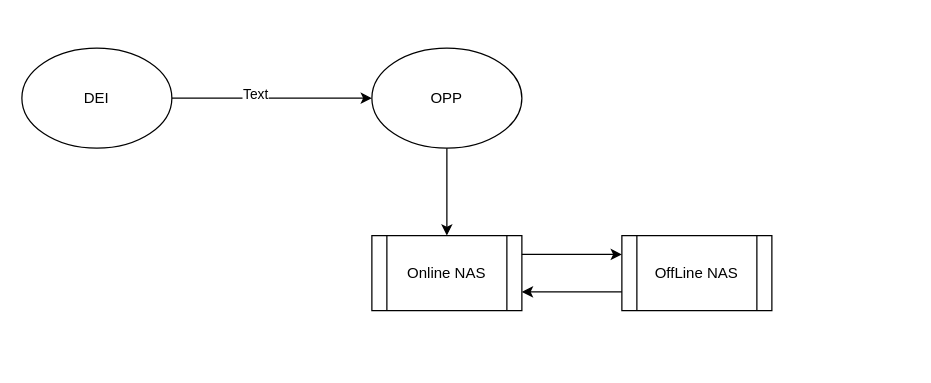
Earlier version of the draw.io diagram DEI NAS diam.drawio (LoganPCC/Drawio). Source tidied: cells renumbered, new cells numbered last; positions are measured from the earlier drawing's top-left corner, leaving out a move shared by most shapes. Both pictures are drawn from the tidied source at 125%, with x=0, y=0 at pixel (21, 22).
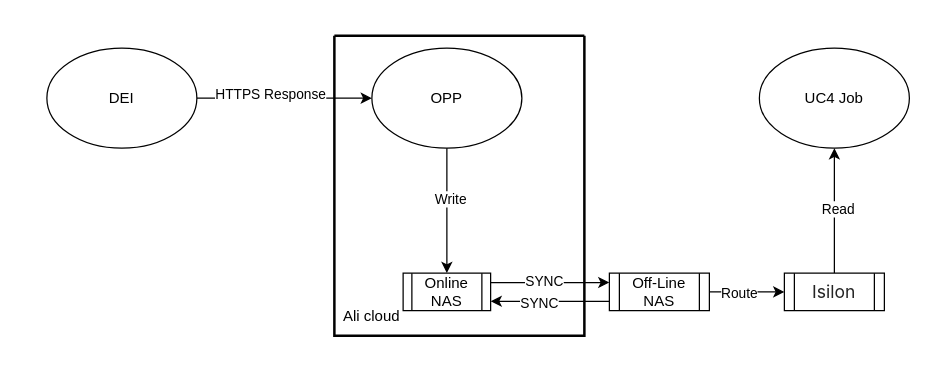
After the change.

The change refers to these unchanged cells:
```xml
<mxCell id="6" style="endArrow=classic;html=1;rounded=0;exitX=1;exitY=0.25;exitDx=0;exitDy=0;entryX=0;entryY=0.25;entryDx=0;entryDy=0;" parent="1" edge="1" source="3" target="4">
  <mxGeometry relative="1" as="geometry" />
</mxCell>
<mxCell id="7" style="endArrow=classic;html=1;rounded=0;exitX=0;exitY=0.75;exitDx=0;exitDy=0;entryX=1;entryY=0.75;entryDx=0;entryDy=0;" parent="1" edge="1" source="4" target="3">
  <mxGeometry relative="1" as="geometry" />
</mxCell>
<mxCell id="8" style="endArrow=classic;html=1;rounded=0;exitX=0.5;exitY=1;exitDx=0;exitDy=0;entryX=0.5;entryY=0;entryDx=0;entryDy=0;" parent="1" edge="1" source="5" target="3">
  <mxGeometry relative="1" as="geometry" />
</mxCell>
<mxCell id="9" style="endArrow=classic;html=1;rounded=0;exitX=1;exitY=0.5;exitDx=0;exitDy=0;entryX=0;entryY=0.5;entryDx=0;entryDy=0;" parent="1" edge="1" source="2" target="5">
  <mxGeometry relative="1" as="geometry" />
</mxCell>
```

Diff of the diagram source:
```diff
@@
     <mxCell id="2" value="DEI" style="ellipse;whiteSpace=wrap;html=1;" parent="1" vertex="1">
-      <mxGeometry y="20" width="120" height="80" as="geometry" />
+      <mxGeometry x="20" y="20" width="120" height="80" as="geometry" />
     </mxCell>
-    <mxCell id="3" value="Online NAS" style="shape=process;whiteSpace=wrap;html=1;backgroundOutline=1;" parent="1" vertex="1">
-      <mxGeometry x="280" y="170" width="120" height="60" as="geometry" />
-    </mxCell>
-    <mxCell id="4" value="OffLine NAS" style="shape=process;whiteSpace=wrap;html=1;backgroundOutline=1;" parent="1" vertex="1">
-      <mxGeometry x="480" y="170" width="120" height="60" as="geometry" />
+    <mxCell id="4" value="Off-Line NAS" style="shape=process;whiteSpace=wrap;html=1;backgroundOutline=1;" parent="1" vertex="1">
+      <mxGeometry x="470" y="200" width="80" height="30" as="geometry" />
     </mxCell>
@@
+    <mxCell id="12" value="SYNC" style="edgeLabel;html=1;align=center;verticalAlign=middle;" parent="6" vertex="1">
+      <mxGeometry x="-0.12" y="1" relative="1" as="geometry" />
+    </mxCell>
@@
+    <mxCell id="13" value="SYNC" style="edgeLabel;html=1;align=center;verticalAlign=middle;" parent="7" vertex="1">
+      <mxGeometry x="0.19" y="1" relative="1" as="geometry" />
+    </mxCell>
@@
+    <mxCell id="14" value="Write" style="edgeLabel;html=1;align=center;verticalAlign=middle;" parent="8" vertex="1">
+      <mxGeometry x="-0.2" y="2" relative="1" as="geometry" />
+    </mxCell>
@@
-    <mxCell id="10" value="Text" style="edgeLabel;html=1;align=center;verticalAlign=middle;" parent="9" vertex="1">
+    <mxCell id="10" value="HTTPS Response" style="edgeLabel;html=1;align=center;verticalAlign=middle;" parent="9" vertex="1">
       <mxGeometry x="-0.17" y="4" relative="1" as="geometry" />
     </mxCell>
-    <mxCell id="11" style="whiteSpace=wrap;html=1;opacity=0;strokeWidth=2;" parent="1" vertex="1">
-      <mxGeometry x="190" width="270" height="270" as="geometry" />
-    </mxCell>
+    <mxCell id="15" style="swimlane;startSize=0;strokeWidth=2;" parent="1" vertex="1">
+      <mxGeometry x="250" y="10" width="200" height="240" as="geometry" />
+    </mxCell>
+    <mxCell id="16" value="Ali cloud" style="whiteSpace=wrap;html=1;strokeWidth=2;opacity=0;" parent="15" vertex="1">
+      <mxGeometry y="210" width="60" height="30" as="geometry" />
+    </mxCell>
+    <mxCell id="3" value="Online NAS" style="shape=process;whiteSpace=wrap;html=1;backgroundOutline=1;" parent="15" vertex="1">
+      <mxGeometry x="55" y="190" width="70" height="30" as="geometry" />
+    </mxCell>
+    <mxCell id="17" value="UC4 Job" style="ellipse;whiteSpace=wrap;html=1;" parent="1" vertex="1">
+      <mxGeometry x="590" y="20" width="120" height="80" as="geometry" />
+    </mxCell>
+    <mxCell id="18" style="endArrow=classic;html=1;rounded=0;exitX=0.5;exitY=0;exitDx=0;exitDy=0;entryX=0.5;entryY=1;entryDx=0;entryDy=0;" parent="1" edge="1" source="20" target="17">
+      <mxGeometry relative="1" as="geometry" />
+    </mxCell>
+    <mxCell id="19" value="Read" style="edgeLabel;html=1;align=center;verticalAlign=middle;" parent="18" vertex="1">
+      <mxGeometry x="0.03" y="-2" relative="1" as="geometry" />
+    </mxCell>
+    <mxCell id="20" value="&lt;span style=&quot;text-align: start; color: rgb(36, 36, 36); font-family: -apple-system, system-ui, &amp;quot;Segoe UI&amp;quot;, system-ui, &amp;quot;Apple Color Emoji&amp;quot;, &amp;quot;Segoe UI Emoji&amp;quot;, &amp;quot;Segoe UI Web&amp;quot;, sans-serif; font-size: 14px; font-variant-ligatures: normal; orphans: 2; widows: 2; background-color: rgb(255, 255, 255); text-decoration-thickness: initial;&quot;&gt;Isilon&lt;/span&gt;" style="shape=process;whiteSpace=wrap;html=1;backgroundOutline=1;" parent="1" vertex="1">
+      <mxGeometry x="610" y="200" width="80" height="30" as="geometry" />
+    </mxCell>
+    <mxCell id="21" style="endArrow=classic;html=1;rounded=0;exitX=1;exitY=0.5;exitDx=0;exitDy=0;entryX=0;entryY=0.5;entryDx=0;entryDy=0;" parent="1" edge="1" source="4" target="20">
+      <mxGeometry relative="1" as="geometry" />
+    </mxCell>
+    <mxCell id="22" value="Route" style="edgeLabel;html=1;align=center;verticalAlign=middle;" parent="21" vertex="1">
+      <mxGeometry x="-0.24" relative="1" as="geometry" />
+    </mxCell>
```
